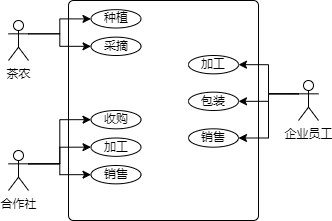
This is img/tea.drawio.png from Z-zu-guang/Z-zu-guang.github.io, a draw.io export, as it was before one commit. Source tidied: cells renumbered, new cells last; positions are measured from the earlier drawing's top-left corner, leaving out a move shared by most shapes. The source it was exported from:
```xml
<mxGraphModel>
  <root>
    <mxCell id="0" />
    <mxCell id="1" parent="0" />
    <mxCell id="2" style="rounded=1;absoluteArcSize=1;html=1;arcSize=10;" parent="1" vertex="1">
      <mxGeometry x="60" width="190" height="220" as="geometry" />
    </mxCell>
    <mxCell id="3" style="html=1;shape=mxgraph.er.anchor;whiteSpace=wrap;" parent="2" vertex="1">
      <mxGeometry width="95" height="220" as="geometry" />
    </mxCell>
    <mxCell id="4" value="种植" style="ellipse;whiteSpace=wrap;html=1;" parent="2" vertex="1">
      <mxGeometry x="22.5" y="9.2" width="50" height="18.3" as="geometry" />
    </mxCell>
    <mxCell id="5" value="采摘" style="ellipse;whiteSpace=wrap;html=1;" parent="2" vertex="1">
      <mxGeometry x="22.5" y="36.7" width="50" height="18.3" as="geometry" />
    </mxCell>
    <mxCell id="6" value="加工" style="ellipse;whiteSpace=wrap;html=1;" parent="2" vertex="1">
      <mxGeometry x="22.5" y="137.5" width="50" height="18.3" as="geometry" />
    </mxCell>
    <mxCell id="7" value="收购" style="ellipse;whiteSpace=wrap;html=1;" parent="2" vertex="1">
      <mxGeometry x="22.5" y="110" width="50" height="18.3" as="geometry" />
    </mxCell>
    <mxCell id="8" value="销售" style="ellipse;whiteSpace=wrap;html=1;" parent="2" vertex="1">
      <mxGeometry x="22.5" y="165" width="50" height="18.3" as="geometry" />
    </mxCell>
    <mxCell id="9" value="加工" style="ellipse;whiteSpace=wrap;html=1;" parent="2" vertex="1">
      <mxGeometry x="120" y="55" width="50" height="18.3" as="geometry" />
    </mxCell>
    <mxCell id="10" value="销售" style="ellipse;whiteSpace=wrap;html=1;" parent="2" vertex="1">
      <mxGeometry x="120" y="128.3" width="50" height="18.3" as="geometry" />
    </mxCell>
    <mxCell id="11" value="包装" style="ellipse;whiteSpace=wrap;html=1;" parent="2" vertex="1">
      <mxGeometry x="120" y="91.7" width="50" height="18.3" as="geometry" />
    </mxCell>
    <mxCell id="12" style="edgeStyle=orthogonalEdgeStyle;rounded=0;jettySize=auto;html=1;exitX=1;exitY=0.3333333333333333;exitDx=0;exitDy=0;exitPerimeter=0;" parent="1" edge="1" source="14" target="4">
      <mxGeometry relative="1" as="geometry" />
    </mxCell>
    <mxCell id="13" style="edgeStyle=orthogonalEdgeStyle;rounded=0;jettySize=auto;html=1;exitX=1;exitY=0.3333333333333333;exitDx=0;exitDy=0;exitPerimeter=0;entryX=0;entryY=0.5;entryDx=0;entryDy=0;" parent="1" edge="1" source="14" target="5">
      <mxGeometry relative="1" as="geometry" />
    </mxCell>
    <mxCell id="14" value="茶农" style="shape=umlActor;verticalLabelPosition=bottom;verticalAlign=top;html=1;" parent="1" vertex="1">
      <mxGeometry y="20" width="20" height="40" as="geometry" />
    </mxCell>
    <mxCell id="15" style="edgeStyle=orthogonalEdgeStyle;rounded=0;jettySize=auto;html=1;exitX=1;exitY=0.3333333333333333;exitDx=0;exitDy=0;exitPerimeter=0;entryX=0;entryY=0.5;entryDx=0;entryDy=0;" parent="1" edge="1" source="18" target="7">
      <mxGeometry relative="1" as="geometry" />
    </mxCell>
    <mxCell id="16" style="edgeStyle=orthogonalEdgeStyle;rounded=0;jettySize=auto;html=1;exitX=1;exitY=0.3333333333333333;exitDx=0;exitDy=0;exitPerimeter=0;entryX=0;entryY=0.5;entryDx=0;entryDy=0;" parent="1" edge="1" source="18" target="8">
      <mxGeometry relative="1" as="geometry" />
    </mxCell>
    <mxCell id="17" style="edgeStyle=orthogonalEdgeStyle;rounded=0;jettySize=auto;html=1;exitX=1;exitY=0.3333333333333333;exitDx=0;exitDy=0;exitPerimeter=0;entryX=0;entryY=0.5;entryDx=0;entryDy=0;" parent="1" edge="1" source="18" target="6">
      <mxGeometry relative="1" as="geometry" />
    </mxCell>
    <mxCell id="18" value="合作社" style="shape=umlActor;verticalLabelPosition=bottom;verticalAlign=top;html=1;" parent="1" vertex="1">
      <mxGeometry y="150" width="20" height="40" as="geometry" />
    </mxCell>
    <mxCell id="19" style="edgeStyle=orthogonalEdgeStyle;rounded=0;jettySize=auto;html=1;exitX=0;exitY=0.3333333333333333;exitDx=0;exitDy=0;exitPerimeter=0;entryX=1;entryY=0.5;entryDx=0;entryDy=0;" parent="1" edge="1" source="22" target="9">
      <mxGeometry relative="1" as="geometry" />
    </mxCell>
    <mxCell id="20" style="edgeStyle=orthogonalEdgeStyle;rounded=0;jettySize=auto;html=1;exitX=0;exitY=0.3333333333333333;exitDx=0;exitDy=0;exitPerimeter=0;entryX=1;entryY=0.5;entryDx=0;entryDy=0;" parent="1" edge="1" source="22" target="11">
      <mxGeometry relative="1" as="geometry" />
    </mxCell>
    <mxCell id="21" style="edgeStyle=orthogonalEdgeStyle;rounded=0;jettySize=auto;html=1;exitX=0;exitY=0.3333333333333333;exitDx=0;exitDy=0;exitPerimeter=0;entryX=1;entryY=0.5;entryDx=0;entryDy=0;" parent="1" edge="1" source="22" target="10">
      <mxGeometry relative="1" as="geometry" />
    </mxCell>
    <mxCell id="22" value="企业员工" style="shape=umlActor;verticalLabelPosition=bottom;verticalAlign=top;html=1;" parent="1" vertex="1">
      <mxGeometry x="290" y="80" width="20" height="40" as="geometry" />
    </mxCell>
  </root>
</mxGraphModel>
```
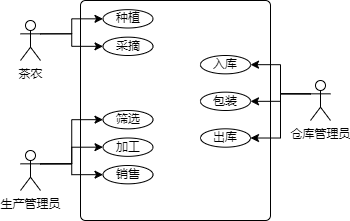
After the change.

The edit, as a diff of the source:
```diff
@@ -17,16 +17,16 @@
     <mxCell id="6" value="加工" style="ellipse;whiteSpace=wrap;html=1;" parent="2" vertex="1">
       <mxGeometry x="22.5" y="137.5" width="50" height="18.3" as="geometry" />
     </mxCell>
-    <mxCell id="7" value="收购" style="ellipse;whiteSpace=wrap;html=1;" parent="2" vertex="1">
+    <mxCell id="7" value="筛选" style="ellipse;whiteSpace=wrap;html=1;" parent="2" vertex="1">
       <mxGeometry x="22.5" y="110" width="50" height="18.3" as="geometry" />
     </mxCell>
     <mxCell id="8" value="销售" style="ellipse;whiteSpace=wrap;html=1;" parent="2" vertex="1">
       <mxGeometry x="22.5" y="165" width="50" height="18.3" as="geometry" />
     </mxCell>
-    <mxCell id="9" value="加工" style="ellipse;whiteSpace=wrap;html=1;" parent="2" vertex="1">
+    <mxCell id="9" value="入库" style="ellipse;whiteSpace=wrap;html=1;" parent="2" vertex="1">
       <mxGeometry x="120" y="55" width="50" height="18.3" as="geometry" />
     </mxCell>
-    <mxCell id="10" value="销售" style="ellipse;whiteSpace=wrap;html=1;" parent="2" vertex="1">
+    <mxCell id="10" value="出库" style="ellipse;whiteSpace=wrap;html=1;" parent="2" vertex="1">
       <mxGeometry x="120" y="128.3" width="50" height="18.3" as="geometry" />
     </mxCell>
     <mxCell id="11" value="包装" style="ellipse;whiteSpace=wrap;html=1;" parent="2" vertex="1">
@@ -50,7 +50,7 @@
     <mxCell id="17" style="edgeStyle=orthogonalEdgeStyle;rounded=0;jettySize=auto;html=1;exitX=1;exitY=0.3333333333333333;exitDx=0;exitDy=0;exitPerimeter=0;entryX=0;entryY=0.5;entryDx=0;entryDy=0;" parent="1" edge="1" source="18" target="6">
       <mxGeometry relative="1" as="geometry" />
     </mxCell>
-    <mxCell id="18" value="合作社" style="shape=umlActor;verticalLabelPosition=bottom;verticalAlign=top;html=1;" parent="1" vertex="1">
+    <mxCell id="18" value="生产管理员" style="shape=umlActor;verticalLabelPosition=bottom;verticalAlign=top;html=1;" parent="1" vertex="1">
       <mxGeometry y="150" width="20" height="40" as="geometry" />
     </mxCell>
     <mxCell id="19" style="edgeStyle=orthogonalEdgeStyle;rounded=0;jettySize=auto;html=1;exitX=0;exitY=0.3333333333333333;exitDx=0;exitDy=0;exitPerimeter=0;entryX=1;entryY=0.5;entryDx=0;entryDy=0;" parent="1" edge="1" source="22" target="9">
@@ -62,7 +62,7 @@
     <mxCell id="21" style="edgeStyle=orthogonalEdgeStyle;rounded=0;jettySize=auto;html=1;exitX=0;exitY=0.3333333333333333;exitDx=0;exitDy=0;exitPerimeter=0;entryX=1;entryY=0.5;entryDx=0;entryDy=0;" parent="1" edge="1" source="22" target="10">
       <mxGeometry relative="1" as="geometry" />
     </mxCell>
-    <mxCell id="22" value="企业员工" style="shape=umlActor;verticalLabelPosition=bottom;verticalAlign=top;html=1;" parent="1" vertex="1">
+    <mxCell id="22" value="仓库管理员" style="shape=umlActor;verticalLabelPosition=bottom;verticalAlign=top;html=1;" parent="1" vertex="1">
       <mxGeometry x="290" y="80" width="20" height="40" as="geometry" />
     </mxCell>
   </root>
```
